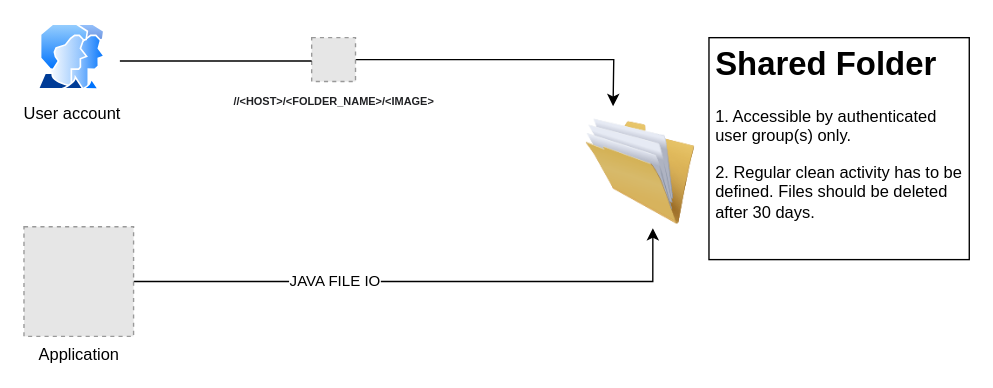
This is page "Option-2" (2 of 2) of TME-Fileshare.drawio from biswarup81/drawings, a draw.io file, before an edit. Source tidied: cells renumbered, new cells numbered last; positions are measured from the earlier drawing's top-left corner, leaving out a move shared by most shapes. Both pictures are drawn from the tidied source at 137%, with x=0, y=0 at pixel (23, 23). Pictures stored in the file or linked from it are replaced by grey dashed boxes.
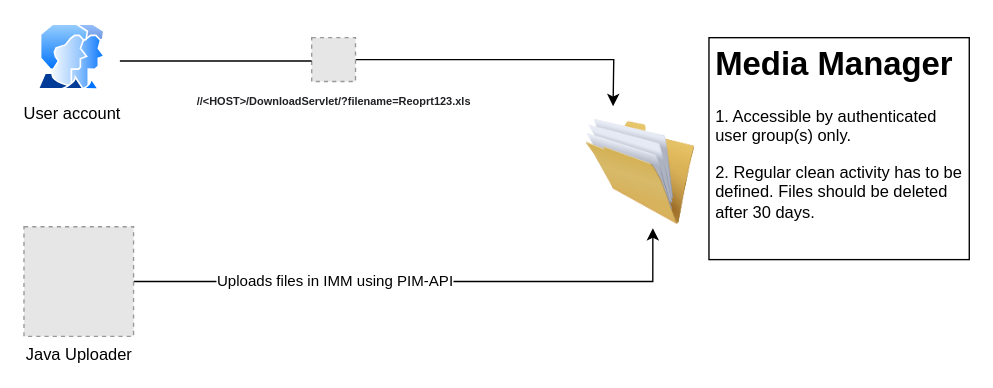
The same diagram, later.

What changed in the source:
```diff
@@
 <mxGraphModel>
   <root>
     <mxCell id="0" />
     <mxCell id="1" parent="0" />
-    <mxCell id="2" style="edgeStyle=orthogonalEdgeStyle;rounded=0;jettySize=auto;html=1;" parent="1" edge="1" source="3">
-      <mxGeometry relative="1" as="geometry">
-        <mxPoint x="430" y="60" as="targetPoint" />
-      </mxGeometry>
-    </mxCell>
-    <mxCell id="3" value="&lt;b style=&quot;color: rgb(32 , 33 , 36) ; font-family: &amp;#34;arial&amp;#34; , sans-serif ; text-align: left&quot;&gt;&lt;font style=&quot;font-size: 8px&quot;&gt;//&amp;lt;HOST&amp;gt;/&amp;lt;FOLDER_NAME&amp;gt;/&amp;lt;IMAGE&amp;gt;&lt;/font&gt;&lt;/b&gt;" style="fillColor=#E6E6E6;strokeColor=#999999;dashed=1;html=1;verticalAlign=top;verticalLabelPosition=bottom;labelBackgroundColor=#ffffff;" parent="1" vertex="1">
-      <mxGeometry x="210" y="10" width="32" height="32" as="geometry" />
-    </mxCell>
+    <mxCell id="11" style="edgeStyle=orthogonalEdgeStyle;rounded=0;jettySize=auto;html=1;" parent="1" edge="1" source="12">
+      <mxGeometry relative="1" as="geometry">
+        <mxPoint x="430" y="60" as="targetPoint" />
+      </mxGeometry>
+    </mxCell>
+    <mxCell id="12" value="&lt;b style=&quot;color: rgb(32 , 33 , 36) ; font-family: &amp;#34;arial&amp;#34; , sans-serif ; text-align: left&quot;&gt;&lt;font style=&quot;font-size: 8px&quot;&gt;//&amp;lt;HOST&amp;gt;/DownloadServlet/?filename=Reoprt123.xls&lt;/font&gt;&lt;/b&gt;" style="fillColor=#E6E6E6;strokeColor=#999999;dashed=1;html=1;verticalAlign=top;verticalLabelPosition=bottom;labelBackgroundColor=#ffffff;" parent="1" vertex="1">
+      <mxGeometry x="210" y="10" width="32" height="32" as="geometry" />
+    </mxCell>
     <mxCell id="4" value="User account" style="perimeter=ellipsePerimeter;html=1;align=center;shadow=0;dashed=0;spacingTop=3;image;image=img/lib/active_directory/user_accounts.svg;" parent="1" vertex="1">
       <mxGeometry x="10" width="50" height="48.5" as="geometry" />
     </mxCell>
-    <mxCell id="5" style="edgeStyle=orthogonalEdgeStyle;rounded=0;jettySize=auto;html=1;entryX=0.613;entryY=1.013;entryDx=0;entryDy=0;entryPerimeter=0;" parent="1" edge="1" source="7" target="9">
-      <mxGeometry relative="1" as="geometry" />
-    </mxCell>
-    <mxCell id="6" value="JAVA FILE IO" style="edgeLabel;html=1;align=center;verticalAlign=middle;" parent="5" vertex="1">
-      <mxGeometry x="-0.3" y="1" relative="1" as="geometry" />
-    </mxCell>
-    <mxCell id="7" value="Application" style="fillColor=#E6E6E6;strokeColor=#999999;dashed=1;html=1;verticalAlign=top;verticalLabelPosition=bottom;labelBackgroundColor=#ffffff;" parent="1" vertex="1">
-      <mxGeometry y="148" width="80" height="80" as="geometry" />
-    </mxCell>
-    <mxCell id="8" style="endArrow=none;html=1;entryX=0;entryY=0.75;entryDx=0;entryDy=0;" parent="1" edge="1">
-      <mxGeometry relative="1" as="geometry">
-        <mxPoint x="70" y="27" as="sourcePoint" />
-        <mxPoint x="210" y="27" as="targetPoint" />
-      </mxGeometry>
-    </mxCell>
-    <mxCell id="9" style="image;html=1;image=img/lib/clip_art/general/Full_Folder_128x128.png;" parent="1" vertex="1">
-      <mxGeometry x="410" y="68" width="80" height="80" as="geometry" />
-    </mxCell>
-    <mxCell id="10" value="&lt;h1&gt;Shared Folder&lt;/h1&gt;&lt;p&gt;1. Accessible by authenticated user group(s) only.&lt;/p&gt;&lt;p&gt;2. Regular clean activity has to be defined. Files should be deleted after 30 days.&lt;/p&gt;" style="text;html=1;fillColor=none;spacing=5;spacingTop=-20;whiteSpace=wrap;overflow=hidden;rounded=0;strokeColor=#000000;" parent="1" vertex="1">
-      <mxGeometry x="500" y="10" width="190" height="162" as="geometry" />
-    </mxCell>
+    <mxCell id="13" style="edgeStyle=orthogonalEdgeStyle;rounded=0;jettySize=auto;html=1;entryX=0.613;entryY=1.013;entryDx=0;entryDy=0;entryPerimeter=0;" parent="1" edge="1" source="15" target="17">
+      <mxGeometry relative="1" as="geometry" />
+    </mxCell>
+    <mxCell id="14" value="Uploads files in IMM using PIM-API" style="edgeLabel;html=1;align=center;verticalAlign=middle;" parent="13" vertex="1">
+      <mxGeometry x="-0.3" y="1" relative="1" as="geometry" />
+    </mxCell>
+    <mxCell id="15" value="Java Uploader" style="fillColor=#E6E6E6;strokeColor=#999999;dashed=1;html=1;verticalAlign=top;verticalLabelPosition=bottom;labelBackgroundColor=#ffffff;" parent="1" vertex="1">
+      <mxGeometry y="148" width="80" height="80" as="geometry" />
+    </mxCell>
+    <mxCell id="16" style="endArrow=none;html=1;entryX=0;entryY=0.75;entryDx=0;entryDy=0;" parent="1" edge="1">
+      <mxGeometry relative="1" as="geometry">
+        <mxPoint x="70" y="27" as="sourcePoint" />
+        <mxPoint x="210" y="27" as="targetPoint" />
+      </mxGeometry>
+    </mxCell>
+    <mxCell id="17" style="image;html=1;image=img/lib/clip_art/general/Full_Folder_128x128.png;" parent="1" vertex="1">
+      <mxGeometry x="410" y="68" width="80" height="80" as="geometry" />
+    </mxCell>
+    <mxCell id="18" value="&lt;h1&gt;Media Manager&lt;/h1&gt;&lt;p&gt;1. Accessible by authenticated user group(s) only.&lt;/p&gt;&lt;p&gt;2. Regular clean activity has to be defined. Files should be deleted after 30 days.&lt;/p&gt;" style="text;html=1;fillColor=none;spacing=5;spacingTop=-20;whiteSpace=wrap;overflow=hidden;rounded=0;strokeColor=#000000;" parent="1" vertex="1">
+      <mxGeometry x="500" y="10" width="190" height="162" as="geometry" />
+    </mxCell>
   </root>
 </mxGraphModel>
```
